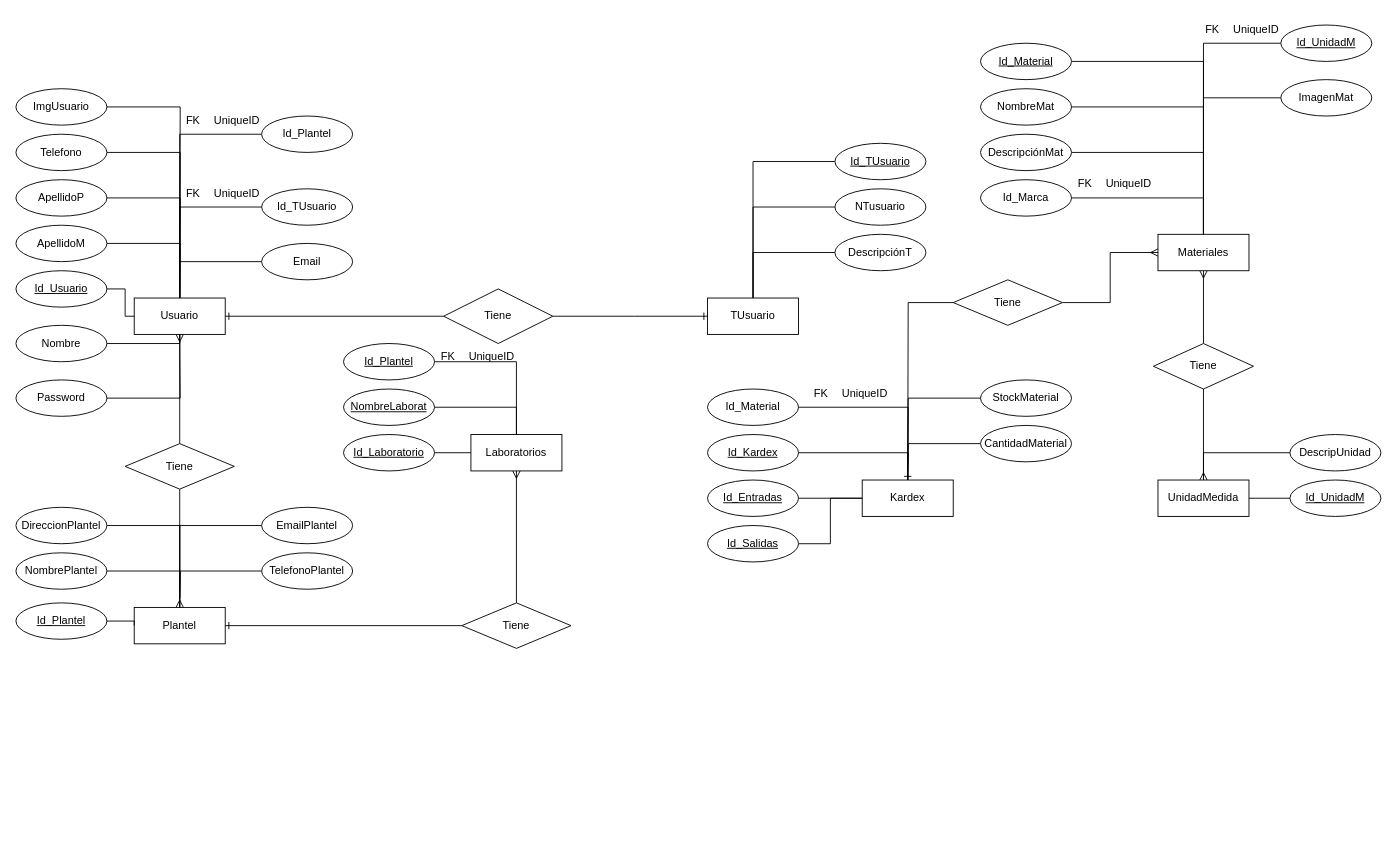
Before: page "Eentidad Realacion" (1 of 2) of Diagrama sin título.drawio in JlchavezG/ContruccionBd, a draw.io diagram. Source tidied: cells renumbered, new cells numbered last; positions are measured from the earlier drawing's top-left corner, leaving out a move shared by most shapes. Both pictures are drawn from the tidied source at 91%, with x=0, y=0 at pixel (15, 15).
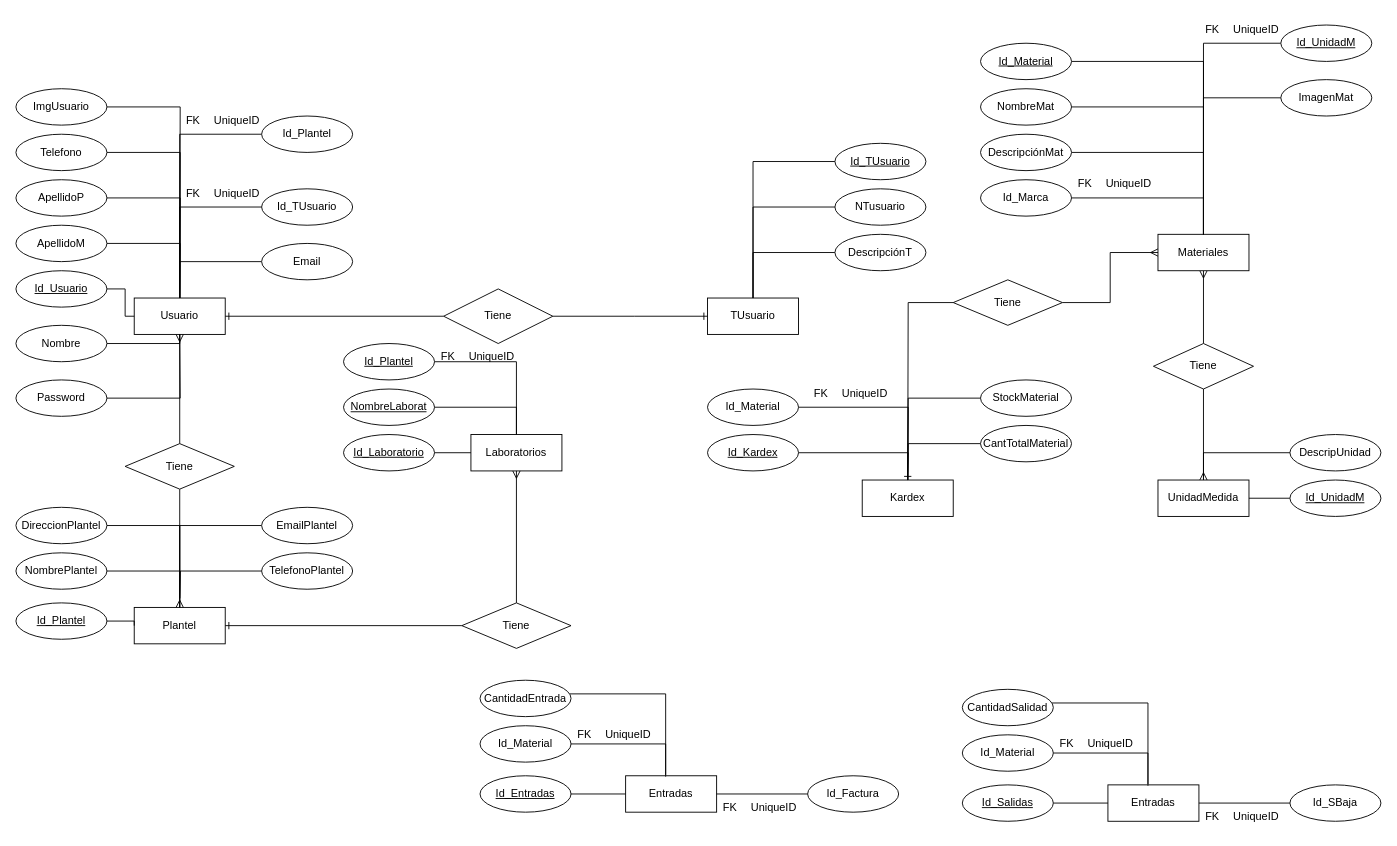
The same diagram, later.

Unchanged cells that the change refers to:
```xml
<mxCell id="37" value="Kardex" style="whiteSpace=wrap;html=1;align=center;" parent="1" vertex="1">
  <mxGeometry x="930" y="510" width="100" height="40" as="geometry" />
</mxCell>
```

What changed in the source:
```diff
@@
-    <mxCell id="109" style="edgeStyle=orthogonalEdgeStyle;rounded=0;jettySize=auto;html=1;entryX=0;entryY=0.5;entryDx=0;entryDy=0;endArrow=none;endFill=0;" parent="1" edge="1" source="110" target="37">
-      <mxGeometry relative="1" as="geometry" />
-    </mxCell>
-    <mxCell id="110" value="Id_Entradas" style="ellipse;whiteSpace=wrap;html=1;align=center;fontStyle=4;" parent="1" vertex="1">
-      <mxGeometry x="760" y="510" width="100" height="40" as="geometry" />
-    </mxCell>
-    <mxCell id="111" style="edgeStyle=orthogonalEdgeStyle;rounded=0;jettySize=auto;html=1;entryX=0;entryY=0.5;entryDx=0;entryDy=0;endArrow=none;endFill=0;" parent="1" edge="1" source="112" target="37">
-      <mxGeometry relative="1" as="geometry" />
-    </mxCell>
-    <mxCell id="112" value="Id_Salidas" style="ellipse;whiteSpace=wrap;html=1;align=center;fontStyle=4;" parent="1" vertex="1">
-      <mxGeometry x="760" y="560" width="100" height="40" as="geometry" />
-    </mxCell>
@@
-    <mxCell id="117" value="CantidadMaterial" style="ellipse;whiteSpace=wrap;html=1;align=center;" parent="1" vertex="1">
+    <mxCell id="117" value="CantTotalMaterial" style="ellipse;whiteSpace=wrap;html=1;align=center;" parent="1" vertex="1">
       <mxGeometry x="1060" y="450" width="100" height="40" as="geometry" />
     </mxCell>
+    <mxCell id="118" value="Entradas" style="whiteSpace=wrap;html=1;align=center;" parent="1" vertex="1">
+      <mxGeometry x="670" y="835" width="100" height="40" as="geometry" />
+    </mxCell>
+    <mxCell id="119" style="edgeStyle=orthogonalEdgeStyle;rounded=0;jettySize=auto;html=1;entryX=0;entryY=0.5;entryDx=0;entryDy=0;endArrow=none;endFill=0;" parent="1" edge="1" source="110" target="118">
+      <mxGeometry relative="1" as="geometry" />
+    </mxCell>
+    <mxCell id="110" value="Id_Entradas" style="ellipse;whiteSpace=wrap;html=1;align=center;fontStyle=4;" parent="1" vertex="1">
+      <mxGeometry x="510" y="835" width="100" height="40" as="geometry" />
+    </mxCell>
+    <mxCell id="120" style="edgeStyle=orthogonalEdgeStyle;rounded=0;jettySize=auto;html=1;entryX=0.44;entryY=0.025;entryDx=0;entryDy=0;entryPerimeter=0;endArrow=none;endFill=0;" parent="1" edge="1" source="121" target="118">
+      <mxGeometry relative="1" as="geometry" />
+    </mxCell>
+    <mxCell id="121" value="Id_Material" style="ellipse;whiteSpace=wrap;html=1;align=center;" parent="1" vertex="1">
+      <mxGeometry x="510" y="780" width="100" height="40" as="geometry" />
+    </mxCell>
+    <mxCell id="122" style="edgeStyle=orthogonalEdgeStyle;rounded=0;jettySize=auto;html=1;entryX=0.44;entryY=-0.025;entryDx=0;entryDy=0;entryPerimeter=0;endArrow=none;endFill=0;" parent="1" edge="1" source="123" target="118">
+      <mxGeometry relative="1" as="geometry">
+        <Array as="points">
+          <mxPoint x="714" y="745" />
+        </Array>
+      </mxGeometry>
+    </mxCell>
+    <mxCell id="123" value="CantidadEntrada" style="ellipse;whiteSpace=wrap;html=1;align=center;" parent="1" vertex="1">
+      <mxGeometry x="510" y="730" width="100" height="40" as="geometry" />
+    </mxCell>
+    <mxCell id="124" style="edgeStyle=orthogonalEdgeStyle;rounded=0;jettySize=auto;html=1;entryX=1;entryY=0.5;entryDx=0;entryDy=0;endArrow=none;endFill=0;" parent="1" edge="1" source="125" target="118">
+      <mxGeometry relative="1" as="geometry" />
+    </mxCell>
+    <mxCell id="125" value="Id_Factura" style="ellipse;whiteSpace=wrap;html=1;align=center;" parent="1" vertex="1">
+      <mxGeometry x="870" y="835" width="100" height="40" as="geometry" />
+    </mxCell>
+    <mxCell id="126" style="shape=table;startSize=0;childLayout=tableLayout;rowLines=0;fontStyle=0;align=center;strokeColor=none;fillColor=none;" parent="1" vertex="1">
+      <mxGeometry x="770" y="855" width="180" height="30" as="geometry" />
+    </mxCell>
+    <mxCell id="127" style="shape=tableRow;horizontal=0;startSize=0;swimlaneHead=0;swimlaneBody=0;fillColor=none;top=0;left=0;right=0;bottom=0;" parent="126" vertex="1">
+      <mxGeometry width="180" height="30" as="geometry" />
+    </mxCell>
+    <mxCell id="128" value="FK" style="shape=partialRectangle;fillColor=none;top=0;left=0;bottom=0;right=0;fontStyle=0;overflow=hidden;whiteSpace=wrap;html=1;" parent="127" vertex="1">
+      <mxGeometry width="30" height="30" as="geometry" />
+    </mxCell>
+    <mxCell id="129" value="UniqueID" style="shape=partialRectangle;fillColor=none;top=0;left=0;bottom=0;right=0;align=left;spacingLeft=6;fontStyle=0;overflow=hidden;whiteSpace=wrap;html=1;" parent="127" vertex="1">
+      <mxGeometry x="30" width="150" height="30" as="geometry" />
+    </mxCell>
+    <mxCell id="130" style="shape=table;startSize=0;childLayout=tableLayout;rowLines=0;fontStyle=0;align=center;strokeColor=none;fillColor=none;" parent="1" vertex="1">
+      <mxGeometry x="610" y="775" width="180" height="30" as="geometry" />
+    </mxCell>
+    <mxCell id="131" style="shape=tableRow;horizontal=0;startSize=0;swimlaneHead=0;swimlaneBody=0;fillColor=none;top=0;left=0;right=0;bottom=0;" parent="130" vertex="1">
+      <mxGeometry width="180" height="30" as="geometry" />
+    </mxCell>
+    <mxCell id="132" value="FK" style="shape=partialRectangle;fillColor=none;top=0;left=0;bottom=0;right=0;fontStyle=0;overflow=hidden;whiteSpace=wrap;html=1;" parent="131" vertex="1">
+      <mxGeometry width="30" height="30" as="geometry" />
+    </mxCell>
+    <mxCell id="133" value="UniqueID" style="shape=partialRectangle;fillColor=none;top=0;left=0;bottom=0;right=0;align=left;spacingLeft=6;fontStyle=0;overflow=hidden;whiteSpace=wrap;html=1;" parent="131" vertex="1">
+      <mxGeometry x="30" width="150" height="30" as="geometry" />
+    </mxCell>
+    <mxCell id="134" value="Entradas" style="whiteSpace=wrap;html=1;align=center;" parent="1" vertex="1">
+      <mxGeometry x="1200" y="845" width="100" height="40" as="geometry" />
+    </mxCell>
+    <mxCell id="135" style="edgeStyle=orthogonalEdgeStyle;rounded=0;jettySize=auto;html=1;entryX=0;entryY=0.5;entryDx=0;entryDy=0;endArrow=none;endFill=0;" parent="1" edge="1" source="112" target="134">
+      <mxGeometry relative="1" as="geometry" />
+    </mxCell>
+    <mxCell id="112" value="Id_Salidas" style="ellipse;whiteSpace=wrap;html=1;align=center;fontStyle=4;" parent="1" vertex="1">
+      <mxGeometry x="1040" y="845" width="100" height="40" as="geometry" />
+    </mxCell>
+    <mxCell id="136" style="edgeStyle=orthogonalEdgeStyle;rounded=0;jettySize=auto;html=1;entryX=0.44;entryY=0.025;entryDx=0;entryDy=0;entryPerimeter=0;endArrow=none;endFill=0;" parent="1" edge="1" source="137" target="134">
+      <mxGeometry relative="1" as="geometry" />
+    </mxCell>
+    <mxCell id="137" value="Id_Material" style="ellipse;whiteSpace=wrap;html=1;align=center;" parent="1" vertex="1">
+      <mxGeometry x="1040" y="790" width="100" height="40" as="geometry" />
+    </mxCell>
+    <mxCell id="138" style="edgeStyle=orthogonalEdgeStyle;rounded=0;jettySize=auto;html=1;entryX=0.44;entryY=-0.025;entryDx=0;entryDy=0;entryPerimeter=0;endArrow=none;endFill=0;" parent="1" edge="1" source="139" target="134">
+      <mxGeometry relative="1" as="geometry">
+        <Array as="points">
+          <mxPoint x="1244" y="755" />
+        </Array>
+      </mxGeometry>
+    </mxCell>
+    <mxCell id="139" value="CantidadSalidad" style="ellipse;whiteSpace=wrap;html=1;align=center;" parent="1" vertex="1">
+      <mxGeometry x="1040" y="740" width="100" height="40" as="geometry" />
+    </mxCell>
+    <mxCell id="140" style="edgeStyle=orthogonalEdgeStyle;rounded=0;jettySize=auto;html=1;entryX=1;entryY=0.5;entryDx=0;entryDy=0;endArrow=none;endFill=0;" parent="1" edge="1" source="141" target="134">
+      <mxGeometry relative="1" as="geometry" />
+    </mxCell>
+    <mxCell id="141" value="Id_SBaja" style="ellipse;whiteSpace=wrap;html=1;align=center;" parent="1" vertex="1">
+      <mxGeometry x="1400" y="845" width="100" height="40" as="geometry" />
+    </mxCell>
+    <mxCell id="142" style="shape=table;startSize=0;childLayout=tableLayout;rowLines=0;fontStyle=0;align=center;strokeColor=none;fillColor=none;" parent="1" vertex="1">
+      <mxGeometry x="1300" y="865" width="180" height="30" as="geometry" />
+    </mxCell>
+    <mxCell id="143" style="shape=tableRow;horizontal=0;startSize=0;swimlaneHead=0;swimlaneBody=0;fillColor=none;top=0;left=0;right=0;bottom=0;" parent="142" vertex="1">
+      <mxGeometry width="180" height="30" as="geometry" />
+    </mxCell>
+    <mxCell id="144" value="FK" style="shape=partialRectangle;fillColor=none;top=0;left=0;bottom=0;right=0;fontStyle=0;overflow=hidden;whiteSpace=wrap;html=1;" parent="143" vertex="1">
+      <mxGeometry width="30" height="30" as="geometry" />
+    </mxCell>
+    <mxCell id="145" value="UniqueID" style="shape=partialRectangle;fillColor=none;top=0;left=0;bottom=0;right=0;align=left;spacingLeft=6;fontStyle=0;overflow=hidden;whiteSpace=wrap;html=1;" parent="143" vertex="1">
+      <mxGeometry x="30" width="150" height="30" as="geometry" />
+    </mxCell>
+    <mxCell id="146" style="shape=table;startSize=0;childLayout=tableLayout;rowLines=0;fontStyle=0;align=center;strokeColor=none;fillColor=none;" parent="1" vertex="1">
+      <mxGeometry x="1140" y="785" width="180" height="30" as="geometry" />
+    </mxCell>
+    <mxCell id="147" style="shape=tableRow;horizontal=0;startSize=0;swimlaneHead=0;swimlaneBody=0;fillColor=none;top=0;left=0;right=0;bottom=0;" parent="146" vertex="1">
+      <mxGeometry width="180" height="30" as="geometry" />
+    </mxCell>
+    <mxCell id="148" value="FK" style="shape=partialRectangle;fillColor=none;top=0;left=0;bottom=0;right=0;fontStyle=0;overflow=hidden;whiteSpace=wrap;html=1;" parent="147" vertex="1">
+      <mxGeometry width="30" height="30" as="geometry" />
+    </mxCell>
+    <mxCell id="149" value="UniqueID" style="shape=partialRectangle;fillColor=none;top=0;left=0;bottom=0;right=0;align=left;spacingLeft=6;fontStyle=0;overflow=hidden;whiteSpace=wrap;html=1;" parent="147" vertex="1">
+      <mxGeometry x="30" width="150" height="30" as="geometry" />
+    </mxCell>
```
